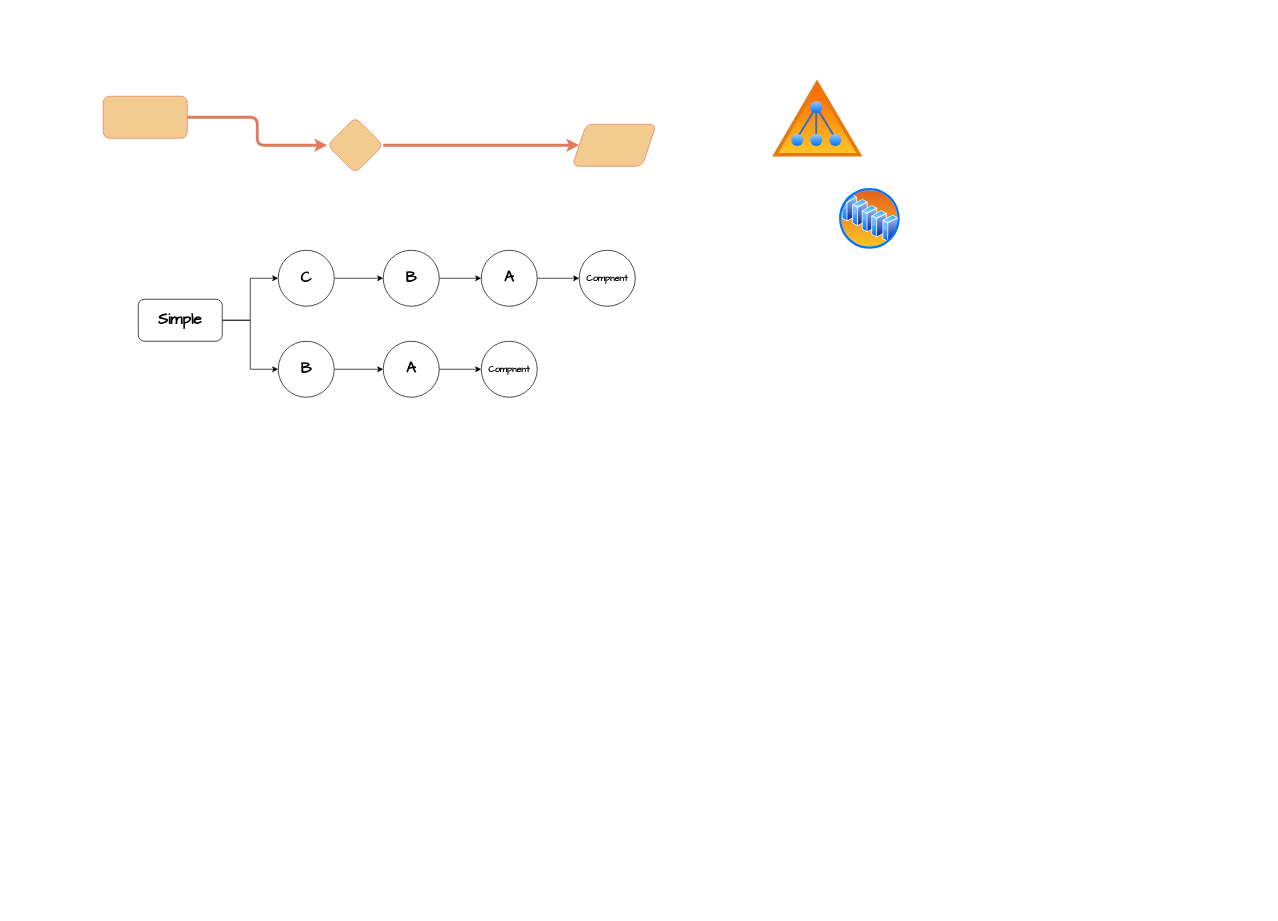
Earlier version of the draw.io diagram page "第 1 页" (1 of 2) of 未命名绘图.drawio (Eiji1422/diagrams). Source tidied: cells renumbered, new cells numbered last; positions are measured from the earlier drawing's top-left corner, leaving out a move shared by most shapes. Both pictures are drawn from the tidied source at 70%, with x=0, y=0 at pixel (103, 75).
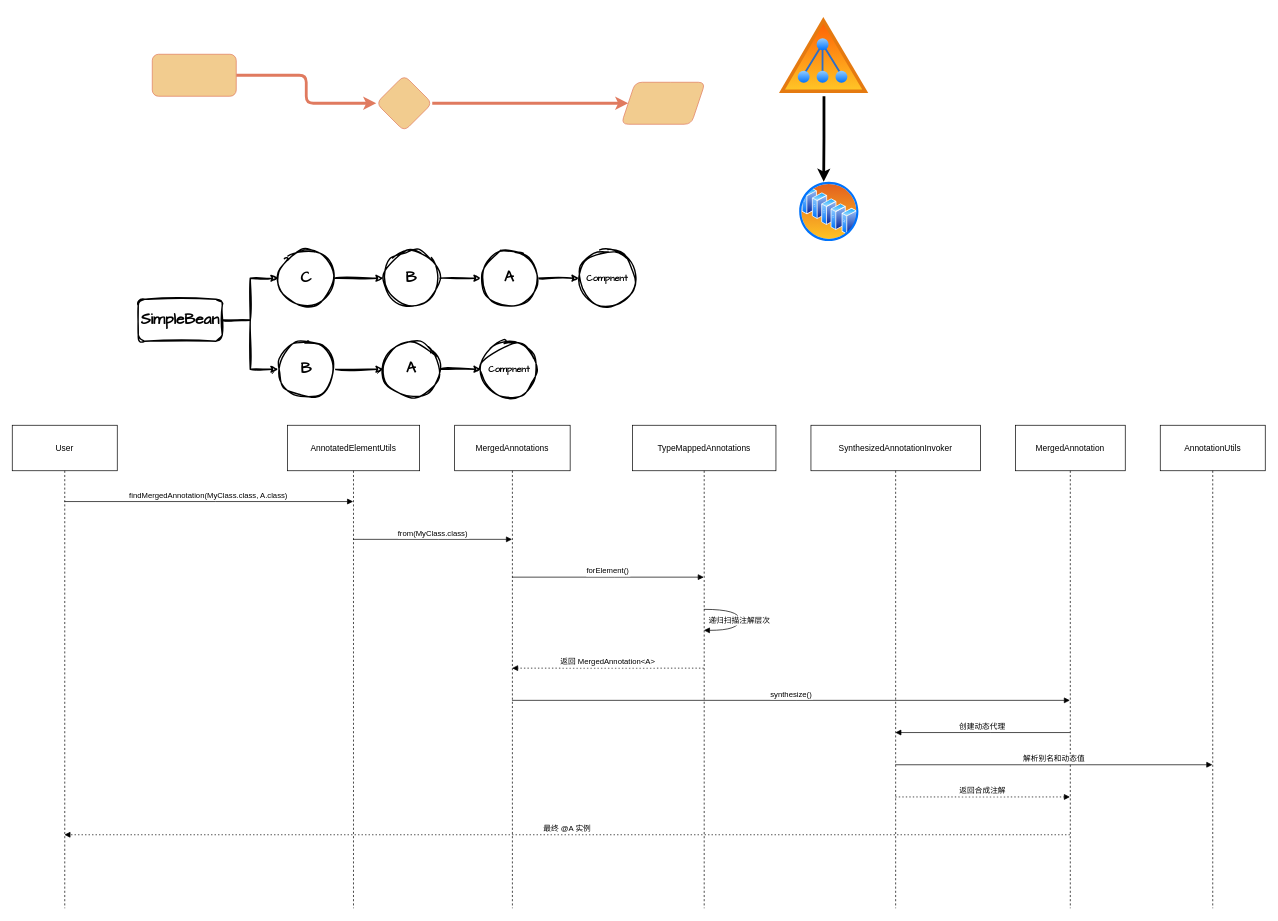
Above is the later version.

Commit message:
更新未命名绘图.drawio

Change to the diagram source:
```diff
@@
     <mxCell id="4" style="rounded=1;whiteSpace=wrap;html=1;hachureGap=4;fontFamily=Architects Daughter;labelBackgroundColor=none;fillColor=#F2CC8F;strokeColor=#E07A5F;fontColor=#393C56;" parent="1" vertex="1">
-      <mxGeometry y="30" width="120" height="60" as="geometry" />
+      <mxGeometry x="70" y="-30" width="120" height="60" as="geometry" />
     </mxCell>
     <mxCell id="5" style="rhombus;whiteSpace=wrap;html=1;fontFamily=Architects Daughter;rounded=1;hachureGap=4;labelBackgroundColor=none;fillColor=#F2CC8F;strokeColor=#E07A5F;fontColor=#393C56;" parent="1" vertex="1">
-      <mxGeometry x="320" y="60" width="80" height="80" as="geometry" />
+      <mxGeometry x="390" width="80" height="80" as="geometry" />
     </mxCell>
     <mxCell id="6" style="shape=parallelogram;perimeter=parallelogramPerimeter;whiteSpace=wrap;html=1;fixedSize=1;fontFamily=Architects Daughter;rounded=1;hachureGap=4;labelBackgroundColor=none;fillColor=#F2CC8F;strokeColor=#E07A5F;fontColor=#393C56;noLabel=0;direction=west;portConstraintRotation=0;fixDash=0;enumerate=0;comic=0;" parent="1" vertex="1">
-      <mxGeometry x="670" y="70" width="120" height="60" as="geometry" />
+      <mxGeometry x="740" y="10" width="120" height="60" as="geometry" />
     </mxCell>
     <mxCell id="7" style="image;perimeter=ellipsePerimeter;html=1;align=center;shadow=0;dashed=0;spacingTop=3;image=img/lib/active_directory/active_directory.svg;noLabel=0;" parent="1" vertex="1">
-      <mxGeometry x="950" width="141.2" height="120" as="geometry" />
+      <mxGeometry x="960" y="-90" width="139.2" height="120" as="geometry" />
     </mxCell>
     <mxCell id="8" style="image;perimeter=ellipsePerimeter;html=1;align=center;shadow=0;dashed=0;spacingTop=3;image=img/lib/active_directory/server_farm.svg;" parent="1" vertex="1">
-      <mxGeometry x="1050" y="160" width="90" height="90" as="geometry" />
+      <mxGeometry x="993" y="150" width="88" height="90" as="geometry" />
     </mxCell>
-    <mxCell id="9" style="edgeStyle=orthogonalEdgeStyle;rounded=0;jettySize=auto;html=1;entryX=0;entryY=0.5;entryDx=0;entryDy=0;" parent="1" edge="1" source="10" target="14">
+    <mxCell id="9" style="edgeStyle=orthogonalEdgeStyle;rounded=0;jettySize=auto;html=1;entryX=0;entryY=0.5;entryDx=0;entryDy=0;strokeWidth=2;sketch=1;curveFitting=1;jiggle=2;" parent="1" edge="1" source="10" target="14">
       <mxGeometry relative="1" as="geometry" />
     </mxCell>
-    <mxCell id="10" value="&lt;font style=&quot;font-size: 22px;&quot;&gt;&lt;b&gt;C&lt;/b&gt;&lt;/font&gt;" style="ellipse;whiteSpace=wrap;html=1;hachureGap=4;fontFamily=Architects Daughter;" parent="1" vertex="1">
+    <mxCell id="10" value="&lt;font style=&quot;font-size: 22px;&quot;&gt;&lt;b&gt;C&lt;/b&gt;&lt;/font&gt;" style="ellipse;whiteSpace=wrap;html=1;hachureGap=4;fontFamily=Architects Daughter;strokeWidth=2;sketch=1;curveFitting=1;jiggle=2;" parent="1" vertex="1">
       <mxGeometry x="250" y="250" width="80" height="80" as="geometry" />
     </mxCell>
-    <mxCell id="11" style="edgeStyle=orthogonalEdgeStyle;rounded=0;jettySize=auto;html=1;" parent="1" edge="1" source="12" target="19">
+    <mxCell id="11" style="edgeStyle=orthogonalEdgeStyle;rounded=0;jettySize=auto;html=1;strokeWidth=2;sketch=1;curveFitting=1;jiggle=2;" parent="1" edge="1" source="12" target="19">
       <mxGeometry relative="1" as="geometry" />
     </mxCell>
-    <mxCell id="12" value="&lt;font style=&quot;font-size: 22px;&quot;&gt;&lt;b&gt;B&lt;/b&gt;&lt;/font&gt;" style="ellipse;whiteSpace=wrap;html=1;hachureGap=4;fontFamily=Architects Daughter;" parent="1" vertex="1">
+    <mxCell id="12" value="&lt;font style=&quot;font-size: 22px;&quot;&gt;&lt;b&gt;B&lt;/b&gt;&lt;/font&gt;" style="ellipse;whiteSpace=wrap;html=1;hachureGap=4;fontFamily=Architects Daughter;strokeWidth=2;sketch=1;curveFitting=1;jiggle=2;" parent="1" vertex="1">
       <mxGeometry x="250" y="380" width="80" height="80" as="geometry" />
     </mxCell>
-    <mxCell id="13" style="edgeStyle=orthogonalEdgeStyle;rounded=0;jettySize=auto;html=1;" parent="1" edge="1" source="14" target="16">
+    <mxCell id="13" style="edgeStyle=orthogonalEdgeStyle;rounded=0;jettySize=auto;html=1;strokeWidth=2;sketch=1;curveFitting=1;jiggle=2;" parent="1" edge="1" source="14" target="16">
       <mxGeometry relative="1" as="geometry" />
     </mxCell>
-    <mxCell id="14" value="&lt;font style=&quot;font-size: 22px;&quot;&gt;&lt;b&gt;B&lt;/b&gt;&lt;/font&gt;" style="ellipse;whiteSpace=wrap;html=1;hachureGap=4;fontFamily=Architects Daughter;" parent="1" vertex="1">
+    <mxCell id="14" value="&lt;font style=&quot;font-size: 22px;&quot;&gt;&lt;b&gt;B&lt;/b&gt;&lt;/font&gt;" style="ellipse;whiteSpace=wrap;html=1;hachureGap=4;fontFamily=Architects Daughter;strokeWidth=2;sketch=1;curveFitting=1;jiggle=2;" parent="1" vertex="1">
       <mxGeometry x="400" y="250" width="80" height="80" as="geometry" />
     </mxCell>
-    <mxCell id="15" style="edgeStyle=orthogonalEdgeStyle;rounded=0;jettySize=auto;html=1;" parent="1" edge="1" source="16" target="17">
+    <mxCell id="15" style="edgeStyle=orthogonalEdgeStyle;rounded=0;jettySize=auto;html=1;strokeWidth=2;sketch=1;curveFitting=1;jiggle=2;" parent="1" edge="1" source="16" target="17">
       <mxGeometry relative="1" as="geometry" />
     </mxCell>
-    <mxCell id="16" value="&lt;font style=&quot;font-size: 22px;&quot;&gt;&lt;b&gt;A&lt;/b&gt;&lt;/font&gt;" style="ellipse;whiteSpace=wrap;html=1;hachureGap=4;fontFamily=Architects Daughter;" parent="1" vertex="1">
+    <mxCell id="16" value="&lt;font style=&quot;font-size: 22px;&quot;&gt;&lt;b&gt;A&lt;/b&gt;&lt;/font&gt;" style="ellipse;whiteSpace=wrap;html=1;hachureGap=4;fontFamily=Architects Daughter;strokeWidth=2;sketch=1;curveFitting=1;jiggle=2;" parent="1" vertex="1">
       <mxGeometry x="540" y="250" width="80" height="80" as="geometry" />
     </mxCell>
-    <mxCell id="17" value="&lt;font style=&quot;font-size: 13px;&quot;&gt;&lt;b style=&quot;&quot;&gt;Compnent&lt;/b&gt;&lt;/font&gt;" style="ellipse;whiteSpace=wrap;html=1;hachureGap=4;fontFamily=Architects Daughter;" parent="1" vertex="1">
+    <mxCell id="17" value="&lt;font style=&quot;font-size: 13px;&quot;&gt;&lt;b style=&quot;&quot;&gt;Compnent&lt;/b&gt;&lt;/font&gt;" style="ellipse;whiteSpace=wrap;html=1;hachureGap=4;fontFamily=Architects Daughter;strokeWidth=2;sketch=1;curveFitting=1;jiggle=2;" parent="1" vertex="1">
       <mxGeometry x="680" y="250" width="80" height="80" as="geometry" />
     </mxCell>
-    <mxCell id="18" style="edgeStyle=orthogonalEdgeStyle;rounded=0;jettySize=auto;html=1;" parent="1" edge="1" source="19" target="20">
+    <mxCell id="18" style="edgeStyle=orthogonalEdgeStyle;rounded=0;jettySize=auto;html=1;strokeWidth=2;sketch=1;curveFitting=1;jiggle=2;" parent="1" edge="1" source="19" target="20">
       <mxGeometry relative="1" as="geometry" />
     </mxCell>
-    <mxCell id="19" value="&lt;font style=&quot;font-size: 22px;&quot;&gt;&lt;b&gt;A&lt;/b&gt;&lt;/font&gt;" style="ellipse;whiteSpace=wrap;html=1;hachureGap=4;fontFamily=Architects Daughter;" parent="1" vertex="1">
+    <mxCell id="19" value="&lt;font style=&quot;font-size: 22px;&quot;&gt;&lt;b&gt;A&lt;/b&gt;&lt;/font&gt;" style="ellipse;whiteSpace=wrap;html=1;hachureGap=4;fontFamily=Architects Daughter;strokeWidth=2;sketch=1;curveFitting=1;jiggle=2;" parent="1" vertex="1">
       <mxGeometry x="400" y="380" width="80" height="80" as="geometry" />
     </mxCell>
-    <mxCell id="20" value="&lt;font style=&quot;font-size: 13px;&quot;&gt;&lt;b style=&quot;&quot;&gt;Compnent&lt;/b&gt;&lt;/font&gt;" style="ellipse;whiteSpace=wrap;html=1;hachureGap=4;fontFamily=Architects Daughter;" parent="1" vertex="1">
+    <mxCell id="20" value="&lt;font style=&quot;font-size: 13px;&quot;&gt;&lt;b style=&quot;&quot;&gt;Compnent&lt;/b&gt;&lt;/font&gt;" style="ellipse;whiteSpace=wrap;html=1;hachureGap=4;fontFamily=Architects Daughter;strokeWidth=2;sketch=1;curveFitting=1;jiggle=2;" parent="1" vertex="1">
       <mxGeometry x="540" y="380" width="80" height="80" as="geometry" />
     </mxCell>
-    <mxCell id="21" style="edgeStyle=orthogonalEdgeStyle;rounded=0;jettySize=auto;html=1;entryX=0;entryY=0.5;entryDx=0;entryDy=0;" parent="1" edge="1" source="23" target="10">
+    <mxCell id="21" style="edgeStyle=orthogonalEdgeStyle;rounded=0;jettySize=auto;html=1;entryX=0;entryY=0.5;entryDx=0;entryDy=0;strokeWidth=2;sketch=1;curveFitting=1;jiggle=2;" parent="1" edge="1" source="23" target="10">
       <mxGeometry relative="1" as="geometry" />
     </mxCell>
-    <mxCell id="22" style="edgeStyle=orthogonalEdgeStyle;rounded=0;jettySize=auto;html=1;entryX=0;entryY=0.5;entryDx=0;entryDy=0;" parent="1" edge="1" source="23" target="12">
+    <mxCell id="22" style="edgeStyle=orthogonalEdgeStyle;rounded=0;jettySize=auto;html=1;entryX=0;entryY=0.5;entryDx=0;entryDy=0;strokeWidth=2;sketch=1;curveFitting=1;jiggle=2;" parent="1" edge="1" source="23" target="12">
       <mxGeometry relative="1" as="geometry" />
     </mxCell>
-    <mxCell id="23" value="&lt;font face=&quot;Architects Daughter&quot;&gt;&lt;span style=&quot;font-size: 22px;&quot;&gt;&lt;b&gt;Simple&lt;/b&gt;&lt;/span&gt;&lt;/font&gt;" style="rounded=1;whiteSpace=wrap;html=1;" parent="1" vertex="1">
+    <mxCell id="23" value="&lt;font face=&quot;Architects Daughter&quot;&gt;&lt;span style=&quot;font-size: 22px;&quot;&gt;&lt;b&gt;SimpleBean&lt;/b&gt;&lt;/span&gt;&lt;/font&gt;" style="rounded=1;whiteSpace=wrap;html=1;strokeWidth=2;sketch=1;curveFitting=1;jiggle=2;" parent="1" vertex="1">
       <mxGeometry x="50" y="320" width="120" height="60" as="geometry" />
     </mxCell>
+    <mxCell id="24" style="edgeStyle=orthogonalEdgeStyle;rounded=0;jettySize=auto;html=1;entryX=0.411;entryY=0.022;entryDx=0;entryDy=0;entryPerimeter=0;flowAnimation=1;strokeWidth=4;" parent="1" edge="1" source="7" target="8">
+      <mxGeometry relative="1" as="geometry" />
+    </mxCell>
+    <mxCell id="25" value="User" style="shape=umlLifeline;perimeter=lifelinePerimeter;whiteSpace=wrap;outlineConnect=0;portConstraint=eastwest;newEdgeStyle={&quot;edgeStyle&quot;:&quot;elbowEdgeStyle&quot;,&quot;elbow&quot;:&quot;vertical&quot;,&quot;curved&quot;:0,&quot;rounded&quot;:0};size=65;shadow=0;" parent="1" vertex="1">
+      <mxGeometry x="-130" y="500" width="150" height="690" as="geometry" />
+    </mxCell>
+    <mxCell id="26" value="AnnotatedElementUtils" style="shape=umlLifeline;perimeter=lifelinePerimeter;whiteSpace=wrap;outlineConnect=0;portConstraint=eastwest;newEdgeStyle={&quot;edgeStyle&quot;:&quot;elbowEdgeStyle&quot;,&quot;elbow&quot;:&quot;vertical&quot;,&quot;curved&quot;:0,&quot;rounded&quot;:0};size=65;shadow=0;" parent="1" vertex="1">
+      <mxGeometry x="263" y="500" width="189" height="690" as="geometry" />
+    </mxCell>
+    <mxCell id="27" value="MergedAnnotations" style="shape=umlLifeline;perimeter=lifelinePerimeter;whiteSpace=wrap;outlineConnect=0;portConstraint=eastwest;newEdgeStyle={&quot;edgeStyle&quot;:&quot;elbowEdgeStyle&quot;,&quot;elbow&quot;:&quot;vertical&quot;,&quot;curved&quot;:0,&quot;rounded&quot;:0};size=65;" parent="1" vertex="1">
+      <mxGeometry x="502" y="500" width="165" height="690" as="geometry" />
+    </mxCell>
+    <mxCell id="28" value="TypeMappedAnnotations" style="shape=umlLifeline;perimeter=lifelinePerimeter;whiteSpace=wrap;outlineConnect=0;portConstraint=eastwest;newEdgeStyle={&quot;edgeStyle&quot;:&quot;elbowEdgeStyle&quot;,&quot;elbow&quot;:&quot;vertical&quot;,&quot;curved&quot;:0,&quot;rounded&quot;:0};size=65;" parent="1" vertex="1">
+      <mxGeometry x="756" y="500" width="205" height="690" as="geometry" />
+    </mxCell>
+    <mxCell id="29" value="SynthesizedAnnotationInvoker" style="shape=umlLifeline;perimeter=lifelinePerimeter;whiteSpace=wrap;outlineConnect=0;portConstraint=eastwest;newEdgeStyle={&quot;edgeStyle&quot;:&quot;elbowEdgeStyle&quot;,&quot;elbow&quot;:&quot;vertical&quot;,&quot;curved&quot;:0,&quot;rounded&quot;:0};size=65;" parent="1" vertex="1">
+      <mxGeometry x="1011" y="500" width="242" height="690" as="geometry" />
+    </mxCell>
+    <mxCell id="30" value="MergedAnnotation" style="shape=umlLifeline;perimeter=lifelinePerimeter;whiteSpace=wrap;outlineConnect=0;portConstraint=eastwest;newEdgeStyle={&quot;edgeStyle&quot;:&quot;elbowEdgeStyle&quot;,&quot;elbow&quot;:&quot;vertical&quot;,&quot;curved&quot;:0,&quot;rounded&quot;:0};size=65;" parent="1" vertex="1">
+      <mxGeometry x="1303" y="500" width="157" height="690" as="geometry" />
+    </mxCell>
+    <mxCell id="31" value="AnnotationUtils" style="shape=umlLifeline;perimeter=lifelinePerimeter;whiteSpace=wrap;outlineConnect=0;portConstraint=eastwest;newEdgeStyle={&quot;edgeStyle&quot;:&quot;elbowEdgeStyle&quot;,&quot;elbow&quot;:&quot;vertical&quot;,&quot;curved&quot;:0,&quot;rounded&quot;:0};size=65;" parent="1" vertex="1">
+      <mxGeometry x="1510" y="500" width="150" height="690" as="geometry" />
+    </mxCell>
+    <mxCell id="32" value="findMergedAnnotation(MyClass.class, A.class)" style="verticalAlign=bottom;edgeStyle=elbowEdgeStyle;elbow=vertical;curved=0;rounded=0;endArrow=block;shadow=0;" parent="1" edge="1" source="25" target="26">
+      <mxGeometry relative="1" as="geometry">
+        <Array as="points">
+          <mxPoint x="160" y="609" />
+        </Array>
+      </mxGeometry>
+    </mxCell>
+    <mxCell id="33" value="from(MyClass.class)" style="verticalAlign=bottom;edgeStyle=elbowEdgeStyle;elbow=vertical;curved=0;rounded=0;endArrow=block;" parent="1" edge="1" source="26" target="27">
+      <mxGeometry relative="1" as="geometry">
+        <Array as="points">
+          <mxPoint x="479" y="663" />
+        </Array>
+      </mxGeometry>
+    </mxCell>
+    <mxCell id="34" value="forElement()" style="verticalAlign=bottom;edgeStyle=elbowEdgeStyle;elbow=vertical;curved=0;rounded=0;endArrow=block;" parent="1" edge="1" source="27" target="28">
+      <mxGeometry relative="1" as="geometry">
+        <Array as="points">
+          <mxPoint x="730" y="717" />
+        </Array>
+      </mxGeometry>
+    </mxCell>
+    <mxCell id="35" value="递归扫描注解层次" style="curved=1;endArrow=block;rounded=0;" parent="1" edge="1" source="28" target="28">
+      <mxGeometry relative="1" as="geometry">
+        <Array as="points">
+          <mxPoint x="909" y="763" />
+          <mxPoint x="909" y="793" />
+        </Array>
+      </mxGeometry>
+    </mxCell>
+    <mxCell id="36" value="返回 MergedAnnotation&lt;A&gt;" style="verticalAlign=bottom;edgeStyle=elbowEdgeStyle;elbow=vertical;curved=0;rounded=0;dashed=1;dashPattern=2 3;endArrow=block;" parent="1" edge="1" source="28" target="27">
+      <mxGeometry relative="1" as="geometry">
+        <Array as="points">
+          <mxPoint x="733" y="847" />
+        </Array>
+      </mxGeometry>
+    </mxCell>
+    <mxCell id="37" value="synthesize()" style="verticalAlign=bottom;edgeStyle=elbowEdgeStyle;elbow=vertical;curved=0;rounded=0;endArrow=block;" parent="1" edge="1" source="27" target="30">
+      <mxGeometry relative="1" as="geometry">
+        <Array as="points">
+          <mxPoint x="991" y="893" />
+        </Array>
+      </mxGeometry>
+    </mxCell>
+    <mxCell id="38" value="创建动态代理" style="verticalAlign=bottom;edgeStyle=elbowEdgeStyle;elbow=vertical;curved=0;rounded=0;endArrow=block;" parent="1" edge="1" source="30" target="29">
+      <mxGeometry relative="1" as="geometry">
+        <Array as="points">
+          <mxPoint x="1268" y="939" />
+        </Array>
+      </mxGeometry>
+    </mxCell>
+    <mxCell id="39" value="解析别名和动态值" style="verticalAlign=bottom;edgeStyle=elbowEdgeStyle;elbow=vertical;curved=0;rounded=0;endArrow=block;" parent="1" edge="1" source="29" target="31">
+      <mxGeometry relative="1" as="geometry">
+        <Array as="points">
+          <mxPoint x="1367" y="985" />
+        </Array>
+      </mxGeometry>
+    </mxCell>
+    <mxCell id="40" value="返回合成注解" style="verticalAlign=bottom;edgeStyle=elbowEdgeStyle;elbow=vertical;curved=0;rounded=0;dashed=1;dashPattern=2 3;endArrow=block;" parent="1" edge="1" source="29" target="30">
+      <mxGeometry relative="1" as="geometry">
+        <Array as="points">
+          <mxPoint x="1265" y="1031" />
+        </Array>
+      </mxGeometry>
+    </mxCell>
+    <mxCell id="41" value="最终 @A 实例" style="verticalAlign=bottom;edgeStyle=elbowEdgeStyle;elbow=vertical;curved=0;rounded=0;dashed=1;dashPattern=2 3;endArrow=block;" parent="1" edge="1" source="30" target="25">
+      <mxGeometry relative="1" as="geometry">
+        <Array as="points">
+          <mxPoint x="675" y="1085" />
+        </Array>
+      </mxGeometry>
+    </mxCell>
```
